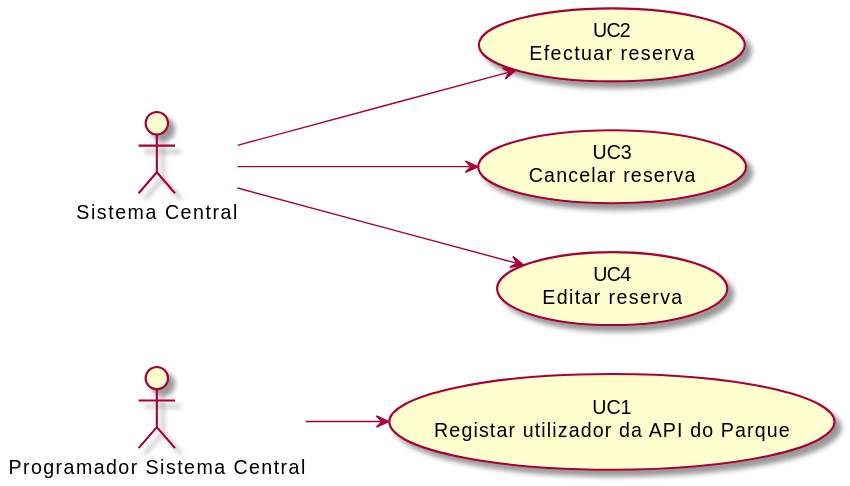
Before: Documentos/Sprint2/DUC/DUC.svg, a diagram exported from PlantUML (UPskillDOTNET/Jakim-das-Coives-S.A.).
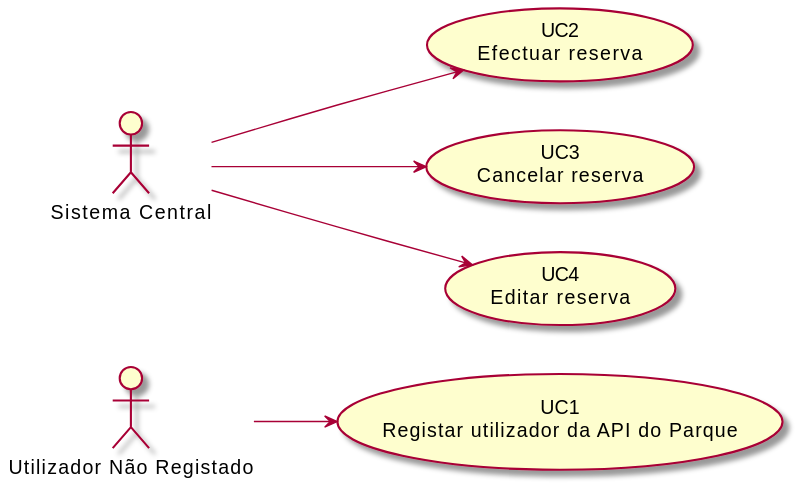
Later version of the same file.

Commit message:
Ajuste de Sintaxe DUC

The edit, as a diff of the source:
```diff
@@ -1,7 +1,7 @@
 @startuml
 left to right direction
 
-actor "Programador Sistema Central" as psc
+actor "Utilizador Não Registado" as unr
 actor "Sistema Central" as sc
 
 usecase "UC1\nRegistar utilizador da API do Parque" as UC1
@@ -9,7 +9,7 @@
 usecase "UC3\nCancelar reserva" as UC3
 usecase "UC4\nEditar reserva" as UC4
 
-psc --> UC1
+unr--> UC1
 sc --> UC2
 sc --> UC3
 sc --> UC4
```
